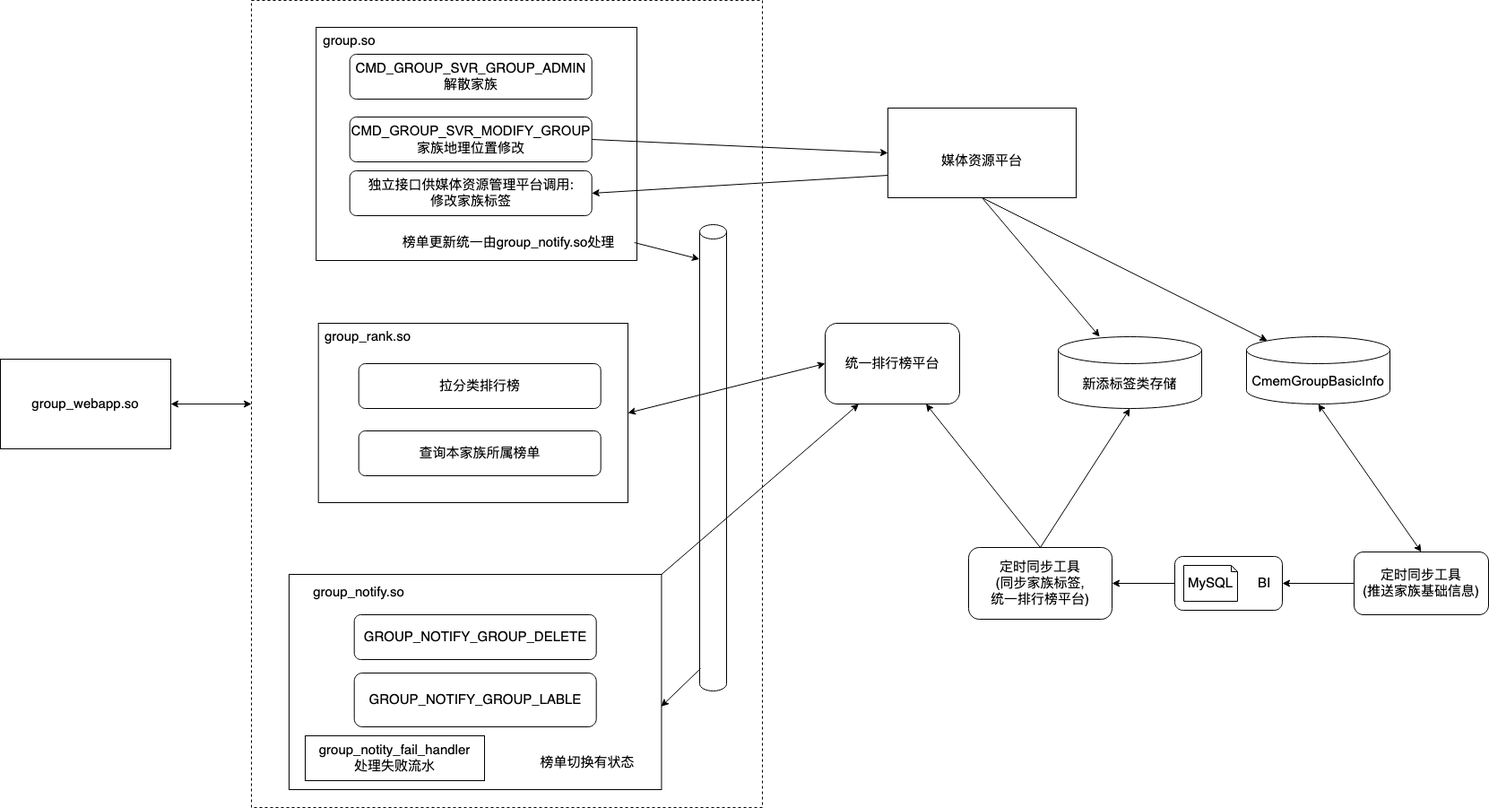
wu0hgl/note_pic keeps this draw.io diagram as 家族榜单切换.png. Above is the earlier version. Source tidied: cells renumbered, new cells last; positions are measured from the earlier drawing's top-left corner, leaving out a move shared by most shapes.
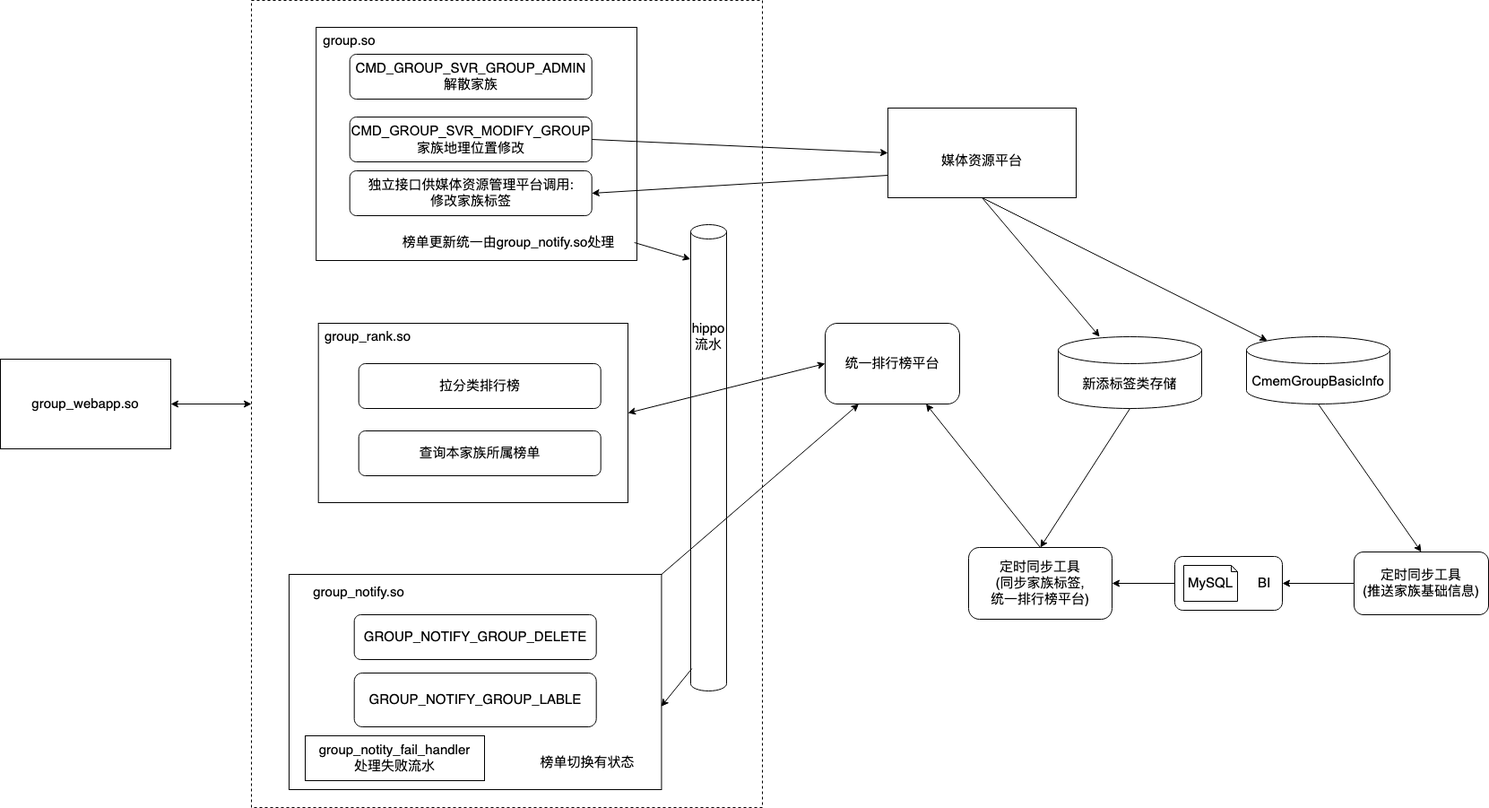
The same file after the commit.

Commit message:
更新家族榜单切换.png

Change to the diagram source:
```diff
@@ -6,7 +6,7 @@
       <mxGeometry x="280" width="570" height="900" as="geometry" />
     </mxCell>
     <mxCell id="3" style="shape=cylinder3;whiteSpace=wrap;html=1;boundedLbl=1;backgroundOutline=1;size=8.000000000000057;fontSize=15;" parent="1" vertex="1">
-      <mxGeometry x="780" y="250" width="30" height="520" as="geometry" />
+      <mxGeometry x="770" y="250" width="40" height="520" as="geometry" />
     </mxCell>
     <mxCell id="4" style="rounded=0;whiteSpace=wrap;html=1;fontSize=15;" parent="1" vertex="1">
       <mxGeometry x="352.2" y="30" width="357.8" height="260" as="geometry" />
@@ -50,9 +50,6 @@
     <mxCell id="17" value="&lt;span style=&quot;font-family: &amp;#34;arial&amp;#34; ; font-size: 15px ; color: rgb(0 , 0 , 0) ; font-weight: normal ; font-style: normal ; text-decoration: none&quot;&gt;CMD_GROUP_SVR_MODIFY_GROUP&lt;br style=&quot;font-size: 15px&quot;&gt;家族地理位置修改&lt;br style=&quot;font-size: 15px&quot;&gt;&lt;/span&gt;" style="rounded=1;whiteSpace=wrap;html=1;fontSize=15;" parent="1" vertex="1">
       <mxGeometry x="389.7" y="130" width="270" height="50" as="geometry" />
     </mxCell>
-    <mxCell id="18" style="endArrow=classic;startArrow=classic;html=1;exitX=0.5;exitY=0;exitDx=0;exitDy=0;entryX=0.5;entryY=1;entryDx=0;entryDy=0;entryPerimeter=0;fontSize=15;" parent="1" edge="1" source="5" target="16">
-      <mxGeometry relative="1" as="geometry" />
-    </mxCell>
     <mxCell id="19" style="rounded=0;whiteSpace=wrap;html=1;fontSize=15;" parent="1" vertex="1">
       <mxGeometry x="354.7" y="360" width="345.3" height="200" as="geometry" />
     </mxCell>
@@ -116,9 +113,6 @@
     <mxCell id="39" style="endArrow=classic;html=1;fontSize=15;exitX=0.5;exitY=1;exitDx=0;exitDy=0;" parent="1" edge="1" source="30" target="38">
       <mxGeometry relative="1" as="geometry" />
     </mxCell>
-    <mxCell id="40" style="endArrow=classic;html=1;fontSize=15;entryX=0.5;entryY=1;entryDx=0;entryDy=0;entryPerimeter=0;exitX=0.5;exitY=0;exitDx=0;exitDy=0;" parent="1" edge="1" source="11" target="38">
-      <mxGeometry relative="1" as="geometry" />
-    </mxCell>
     <mxCell id="41" style="endArrow=classic;html=1;fontSize=15;exitX=0.5;exitY=1;exitDx=0;exitDy=0;entryX=0.145;entryY=0;entryDx=0;entryDy=4.35;entryPerimeter=0;" parent="1" edge="1" source="30" target="16">
       <mxGeometry relative="1" as="geometry" />
     </mxCell>
@@ -128,5 +122,14 @@
     <mxCell id="43" value="CMD_GROUP_SVR_GROUP_ADMIN&lt;br&gt;解散家族" style="rounded=1;whiteSpace=wrap;html=1;fontSize=15;" parent="1" vertex="1">
       <mxGeometry x="389.7" y="60" width="270" height="50" as="geometry" />
     </mxCell>
+    <mxCell id="44" value="hippo流水" style="text;html=1;strokeColor=none;fillColor=none;align=center;verticalAlign=middle;whiteSpace=wrap;rounded=0;fontSize=15;" parent="1" vertex="1">
+      <mxGeometry x="770" y="365" width="40" height="20" as="geometry" />
+    </mxCell>
+    <mxCell id="45" style="endArrow=classic;html=1;fontSize=15;entryX=0.5;entryY=0;entryDx=0;entryDy=0;exitX=0.5;exitY=1;exitDx=0;exitDy=0;exitPerimeter=0;" parent="1" edge="1" source="38" target="11">
+      <mxGeometry relative="1" as="geometry" />
+    </mxCell>
+    <mxCell id="46" style="endArrow=classic;html=1;fontSize=15;entryX=0.5;entryY=0;entryDx=0;entryDy=0;exitX=0.5;exitY=1;exitDx=0;exitDy=0;exitPerimeter=0;" parent="1" edge="1" source="16" target="5">
+      <mxGeometry relative="1" as="geometry" />
+    </mxCell>
   </root>
 </mxGraphModel>
```
